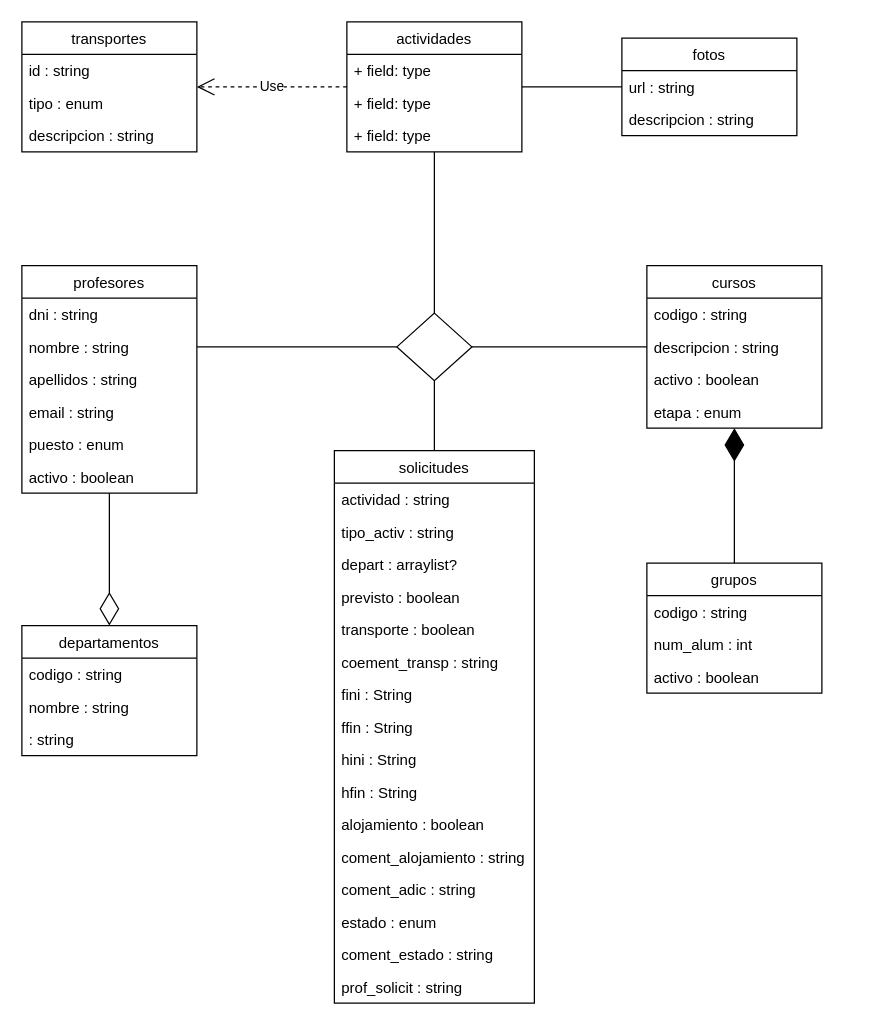
Above: Diagrama clases.drawio in paco11111/DAM1_Equipo1 (draw.io), before the change. Source tidied: cells renumbered, new cells numbered last; positions are measured from the earlier drawing's top-left corner, leaving out a move shared by most shapes. Both pictures are drawn from the tidied source at 125%, with x=0, y=0 at pixel (21, 21).
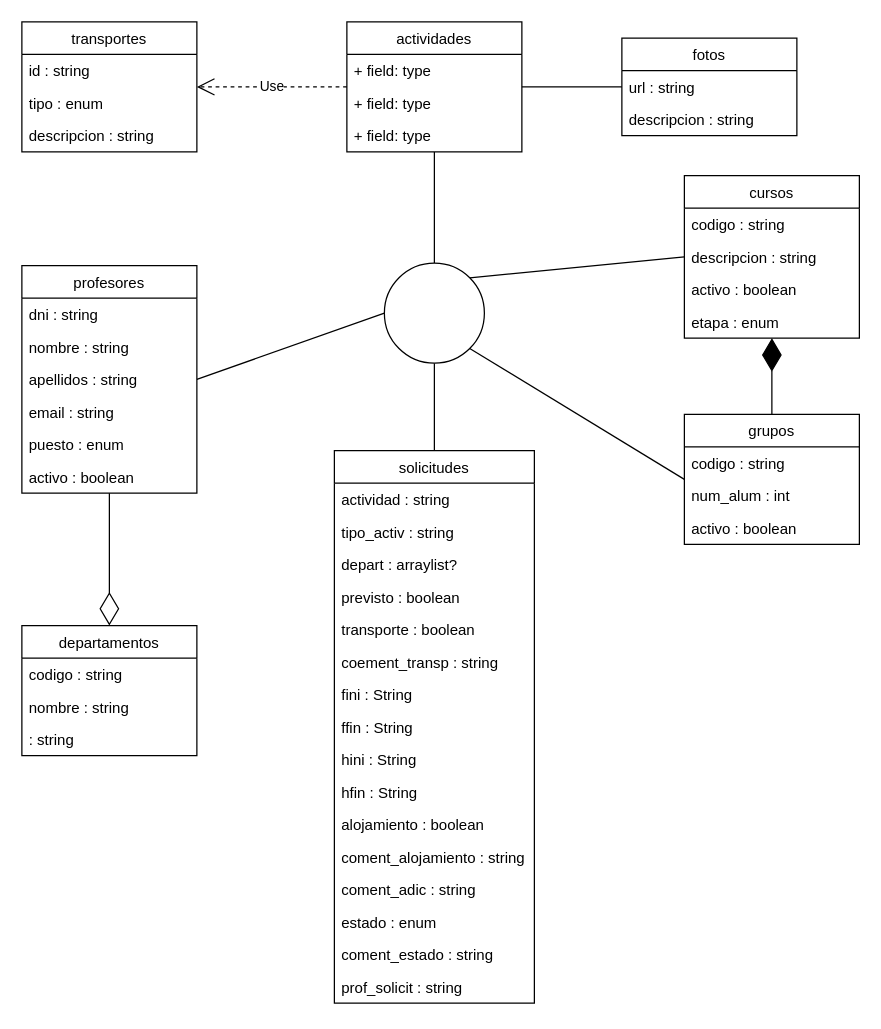
The same diagram, later.

The change refers to these unchanged cells:
```xml
<mxCell id="6" value="solicitudes" style="swimlane;fontStyle=0;horizontal=1;startSize=26;fillColor=none;" parent="1" vertex="1">
  <mxGeometry x="250" y="343" width="160" height="442" as="geometry" />
</mxCell>
<mxCell id="27" value="profesores" style="swimlane;fontStyle=0;horizontal=1;startSize=26;fillColor=none;" parent="1" vertex="1">
  <mxGeometry y="195" width="140" height="182" as="geometry" />
</mxCell>
<mxCell id="29" value="nombre : string" style="text;strokeColor=none;fillColor=none;align=left;verticalAlign=top;spacingLeft=4;spacingRight=4;overflow=hidden;points=[[0,0.5],[1,0.5]];portConstraint=eastwest;" parent="27" vertex="1">
  <mxGeometry y="52" width="140" height="26" as="geometry" />
</mxCell>
<mxCell id="36" value="descripcion : string" style="text;strokeColor=none;fillColor=none;align=left;verticalAlign=top;spacingLeft=4;spacingRight=4;overflow=hidden;points=[[0,0.5],[1,0.5]];portConstraint=eastwest;" parent="34" vertex="1">
  <mxGeometry y="52" width="140" height="26" as="geometry" />
</mxCell>
<mxCell id="39" value="transportes" style="swimlane;fontStyle=0;horizontal=1;startSize=26;fillColor=none;" parent="1" vertex="1">
  <mxGeometry width="140" height="104" as="geometry" />
</mxCell>
<mxCell id="44" value="actividades" style="swimlane;fontStyle=0;horizontal=1;startSize=26;fillColor=none;" parent="1" vertex="1">
  <mxGeometry x="260" width="140" height="104" as="geometry" />
</mxCell>
<mxCell id="47" value="+ field: type" style="text;strokeColor=none;fillColor=none;align=left;verticalAlign=top;spacingLeft=4;spacingRight=4;overflow=hidden;points=[[0,0.5],[1,0.5]];portConstraint=eastwest;" parent="44" vertex="1">
  <mxGeometry y="78" width="140" height="26" as="geometry" />
</mxCell>
```

What changed in the source:
```diff
@@
+    <mxCell id="59" style="rounded=0;jettySize=auto;html=1;exitX=0.5;exitY=0;exitDx=0;exitDy=0;entryX=0.5;entryY=1;entryDx=0;entryDy=0;endArrow=none;endFill=0;" parent="1" edge="1" source="6" target="64">
+      <mxGeometry relative="1" as="geometry" />
+    </mxCell>
@@
+    <mxCell id="60" style="rounded=0;jettySize=auto;html=1;exitX=0;exitY=0.5;exitDx=0;exitDy=0;entryX=1;entryY=1;entryDx=0;entryDy=0;endArrow=none;endFill=0;" parent="1" edge="1" source="23" target="64">
+      <mxGeometry relative="1" as="geometry" />
+    </mxCell>
     <mxCell id="23" value="grupos" style="swimlane;fontStyle=0;horizontal=1;startSize=26;fillColor=none;" parent="1" vertex="1">
-      <mxGeometry x="500" y="433" width="140" height="104" as="geometry" />
+      <mxGeometry x="530" y="314" width="140" height="104" as="geometry" />
     </mxCell>
@@
+    <mxCell id="61" style="rounded=0;jettySize=auto;html=1;exitX=1;exitY=0.5;exitDx=0;exitDy=0;entryX=0;entryY=0.5;entryDx=0;entryDy=0;endArrow=none;endFill=0;" parent="1" edge="1" source="27" target="64">
+      <mxGeometry relative="1" as="geometry" />
+    </mxCell>
@@
+    <mxCell id="62" style="rounded=0;jettySize=auto;html=1;exitX=0;exitY=0.5;exitDx=0;exitDy=0;entryX=1;entryY=0;entryDx=0;entryDy=0;endArrow=none;endFill=0;" parent="1" edge="1" source="34" target="64">
+      <mxGeometry relative="1" as="geometry" />
+    </mxCell>
     <mxCell id="34" value="cursos" style="swimlane;fontStyle=0;horizontal=1;startSize=26;fillColor=none;" parent="1" vertex="1">
-      <mxGeometry x="500" y="195" width="140" height="130" as="geometry" />
+      <mxGeometry x="530" y="123" width="140" height="130" as="geometry" />
     </mxCell>
@@
+    <mxCell id="63" style="rounded=0;jettySize=auto;html=1;exitX=0.5;exitY=1;exitDx=0;exitDy=0;entryX=0.5;entryY=0;entryDx=0;entryDy=0;endArrow=none;endFill=0;" parent="1" edge="1" source="44" target="64">
+      <mxGeometry relative="1" as="geometry" />
+    </mxCell>
@@
-    <mxCell id="52" style="edgeStyle=orthogonalEdgeStyle;rounded=0;jettySize=auto;html=1;exitX=0.5;exitY=0;exitDx=0;exitDy=0;entryX=0.5;entryY=1;entryDx=0;entryDy=0;entryPerimeter=0;endArrow=none;endFill=0;" parent="1" edge="1" source="54" target="47">
-      <mxGeometry relative="1" as="geometry" />
-    </mxCell>
-    <mxCell id="53" style="edgeStyle=orthogonalEdgeStyle;rounded=0;jettySize=auto;html=1;exitX=0.5;exitY=1;exitDx=0;exitDy=0;entryX=0.5;entryY=0;entryDx=0;entryDy=0;endArrow=none;endFill=0;" parent="1" edge="1" source="54" target="6">
-      <mxGeometry relative="1" as="geometry" />
-    </mxCell>
-    <mxCell id="54" style="rhombus;whiteSpace=wrap;html=1;" parent="1" vertex="1">
-      <mxGeometry x="300" y="233" width="60" height="54" as="geometry" />
-    </mxCell>
+    <mxCell id="56" value="Use" style="endArrow=open;endSize=12;dashed=1;html=1;rounded=0;entryX=1;entryY=0.5;entryDx=0;entryDy=0;exitX=0;exitY=0.5;exitDx=0;exitDy=0;" parent="1" edge="1" source="44" target="39">
+      <mxGeometry relative="1" as="geometry" />
+    </mxCell>
+    <mxCell id="64" style="ellipse;whiteSpace=wrap;html=1;" parent="1" vertex="1">
+      <mxGeometry x="290" y="193" width="80" height="80" as="geometry" />
+    </mxCell>
@@
-    <mxCell id="56" value="Use" style="endArrow=open;endSize=12;dashed=1;html=1;rounded=0;entryX=1;entryY=0.5;entryDx=0;entryDy=0;exitX=0;exitY=0.5;exitDx=0;exitDy=0;" parent="1" edge="1" source="44" target="39">
-      <mxGeometry relative="1" as="geometry" />
-    </mxCell>
-    <mxCell id="57" style="rounded=0;jettySize=auto;html=1;exitX=1;exitY=0.5;exitDx=0;exitDy=0;entryX=0;entryY=0.5;entryDx=0;entryDy=0;endArrow=none;endFill=0;" parent="1" edge="1" source="29" target="54">
-      <mxGeometry relative="1" as="geometry" />
-    </mxCell>
-    <mxCell id="58" style="rounded=0;jettySize=auto;html=1;exitX=0;exitY=0.5;exitDx=0;exitDy=0;entryX=1;entryY=0.5;entryDx=0;entryDy=0;endArrow=none;endFill=0;" parent="1" edge="1" source="36" target="54">
-      <mxGeometry relative="1" as="geometry" />
-    </mxCell>
```
